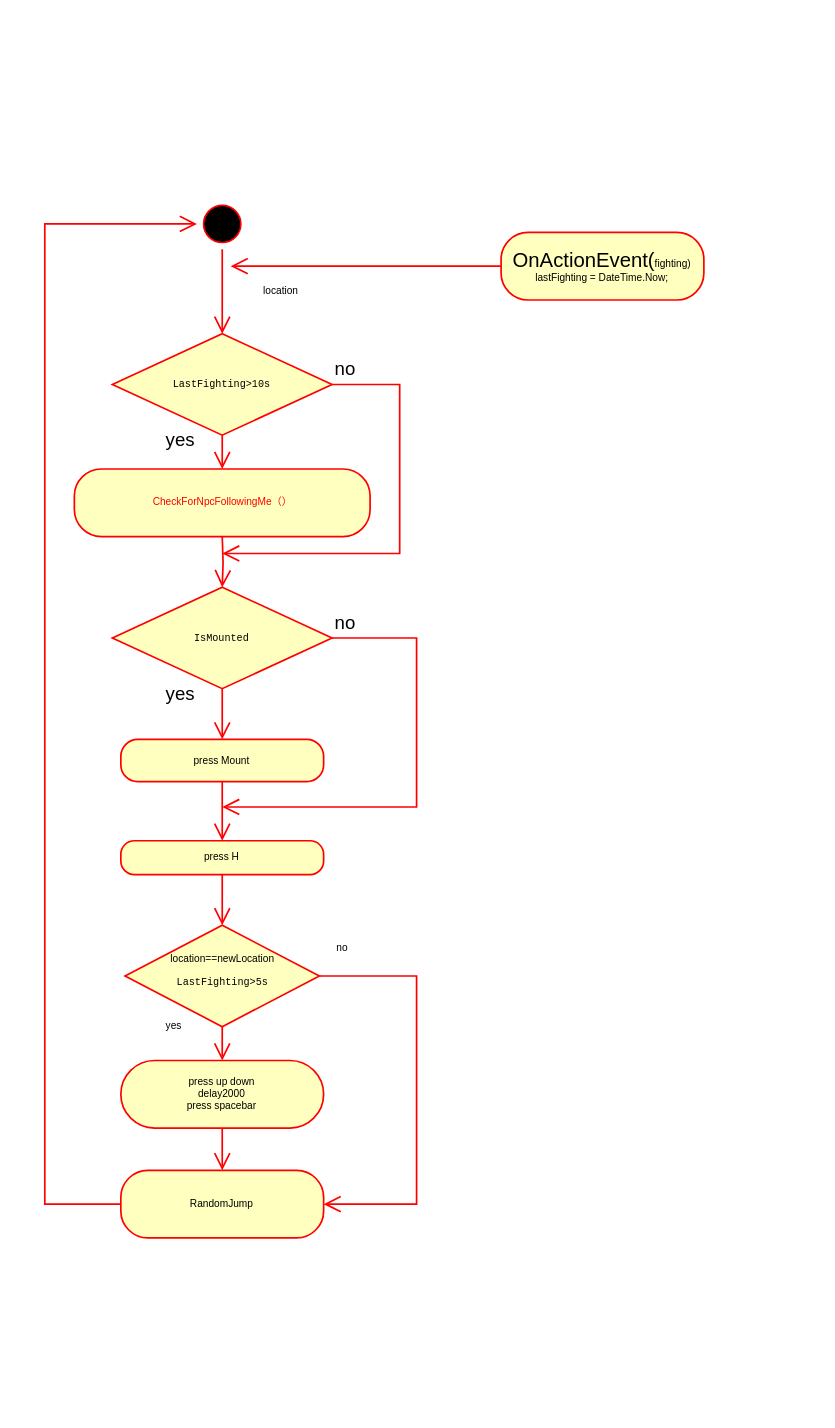
Before: ApproachTargetAction.drawio in YannieCheung/botgrams, a draw.io diagram. Source tidied: cells renumbered, new cells numbered last; positions are measured from the earlier drawing's top-left corner, leaving out a move shared by most shapes. Both pictures are drawn from the tidied source at 169%, with x=0, y=0 at pixel (44, 198).
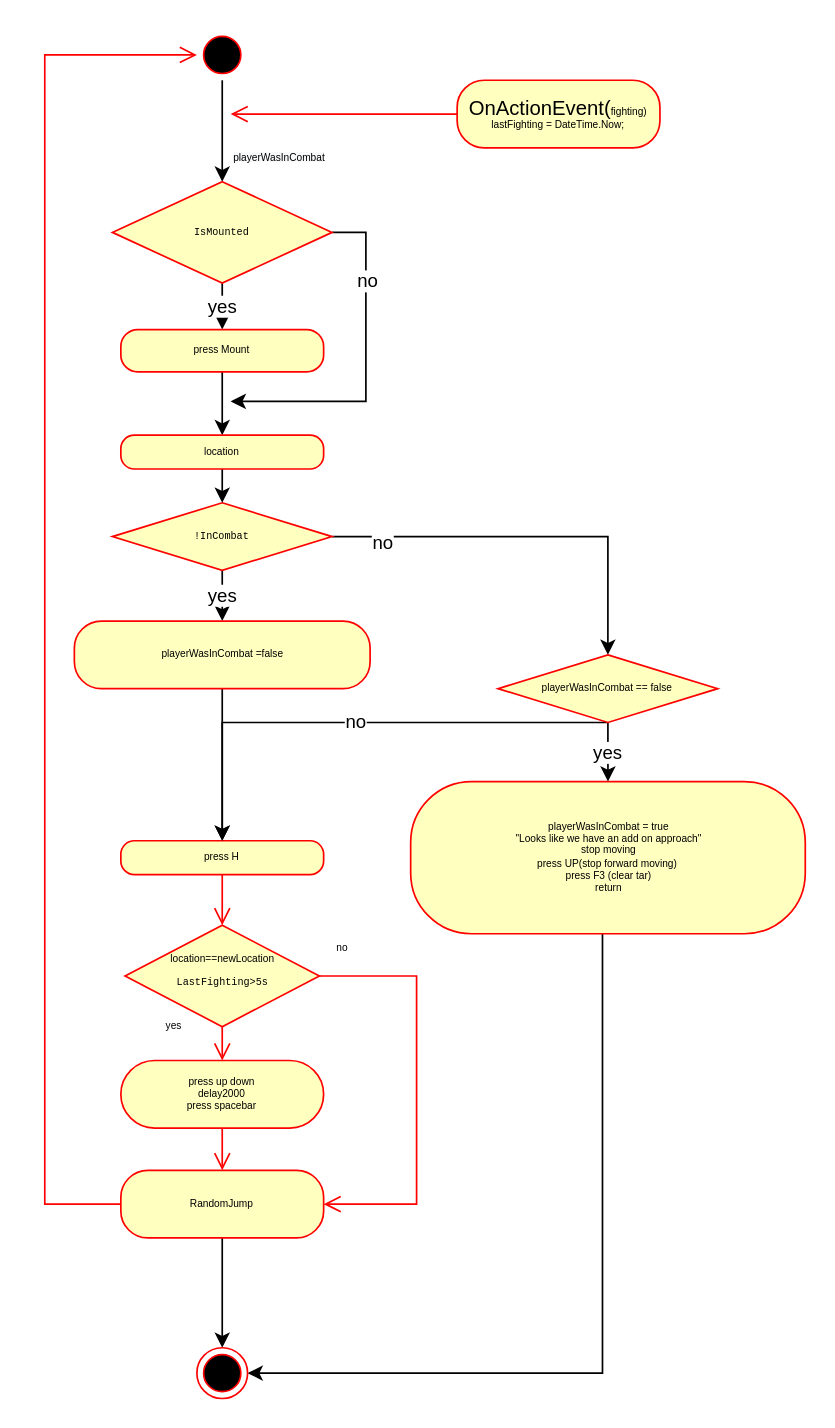
The same page after the edit.

The change refers to these unchanged cells:
```xml
<mxCell id="8" value="press H" style="rounded=1;whiteSpace=wrap;html=1;arcSize=40;fontColor=#000000;fillColor=#ffffc0;strokeColor=#ff0000;fontFamily=Helvetica;fontSize=6;" parent="1" vertex="1">
  <mxGeometry x="45" y="380" width="120" height="20" as="geometry" />
</mxCell>
<mxCell id="24" value="RandomJump" style="rounded=1;whiteSpace=wrap;html=1;arcSize=40;fontColor=#000000;fillColor=#ffffc0;strokeColor=#ff0000;fontFamily=Helvetica;fontSize=6;" parent="1" vertex="1">
  <mxGeometry x="45" y="575" width="120" height="40" as="geometry" />
</mxCell>
```

Diff of the diagram source:
```diff
@@
+    <mxCell id="27" style="edgeStyle=orthogonalEdgeStyle;rounded=0;jettySize=auto;html=1;fontColor=#000000;" parent="1" edge="1" source="2" target="19">
+      <mxGeometry relative="1" as="geometry" />
+    </mxCell>
     <mxCell id="2" style="ellipse;html=1;shape=startState;fillColor=#000000;strokeColor=#ff0000;" parent="1" vertex="1">
-      <mxGeometry x="90" width="30" height="30" as="geometry" />
+      <mxGeometry x="90" y="-100" width="30" height="30" as="geometry" />
     </mxCell>
-    <mxCell id="3" style="edgeStyle=orthogonalEdgeStyle;html=1;verticalAlign=bottom;endArrow=open;endSize=8;strokeColor=#ff0000;rounded=0;" parent="1" edge="1" source="2" target="4">
-      <mxGeometry relative="1" as="geometry" />
-    </mxCell>
+    <mxCell id="28" value="yes" style="edgeStyle=orthogonalEdgeStyle;rounded=0;jettySize=auto;html=1;exitX=0.5;exitY=1;exitDx=0;exitDy=0;entryX=0.5;entryY=0;entryDx=0;entryDy=0;fontColor=#000000;" parent="1" edge="1" source="4" target="37">
+      <mxGeometry relative="1" as="geometry" />
+    </mxCell>
+    <mxCell id="29" style="edgeStyle=orthogonalEdgeStyle;rounded=0;jettySize=auto;html=1;exitX=1;exitY=0.5;exitDx=0;exitDy=0;fontColor=#000000;entryX=0.5;entryY=0;entryDx=0;entryDy=0;" parent="1" edge="1" source="4" target="43">
+      <mxGeometry relative="1" as="geometry" />
+    </mxCell>
+    <mxCell id="30" value="no" style="edgeLabel;html=1;align=center;verticalAlign=middle;fontColor=#000000;" parent="29" vertex="1">
+      <mxGeometry x="-0.75" y="-3" relative="1" as="geometry" />
+    </mxCell>
-    <mxCell id="4" value="&lt;pre style=&quot;font-size: 6px;&quot;&gt;&lt;font style=&quot;font-size: 6px;&quot;&gt;LastFighting&amp;gt;10s&lt;/font&gt;&lt;/pre&gt;" style="rhombus;whiteSpace=wrap;html=1;fillColor=#ffffc0;strokeColor=#ff0000;fontSize=6;fontFamily=Helvetica;fontStyle=0;" parent="1" vertex="1">
-      <mxGeometry x="40" y="80" width="130" height="60" as="geometry" />
+    <mxCell id="4" value="&lt;pre style=&quot;font-size: 6px;&quot;&gt;&lt;font style=&quot;font-size: 6px;&quot;&gt;!InCombat&lt;/font&gt;&lt;/pre&gt;" style="rhombus;whiteSpace=wrap;html=1;fillColor=#ffffc0;strokeColor=#ff0000;fontSize=6;fontFamily=Helvetica;fontStyle=0;" parent="1" vertex="1">
+      <mxGeometry x="40" y="180" width="130" height="40" as="geometry" />
     </mxCell>
-    <mxCell id="5" value="no" style="edgeStyle=orthogonalEdgeStyle;html=1;align=left;verticalAlign=bottom;endArrow=open;endSize=8;strokeColor=#ff0000;rounded=0;" parent="1" edge="1" source="4">
-      <mxGeometry x="-1" relative="1" as="geometry">
-        <mxPoint x="105" y="210" as="targetPoint" />
-        <Array as="points">
-          <mxPoint x="210" y="110" />
-          <mxPoint x="210" y="210" />
-        </Array>
-      </mxGeometry>
-    </mxCell>
-    <mxCell id="6" value="yes" style="edgeStyle=orthogonalEdgeStyle;html=1;align=left;verticalAlign=top;endArrow=open;endSize=8;strokeColor=#ff0000;rounded=0;startArrow=none;exitX=0.5;exitY=1;exitDx=0;exitDy=0;entryX=0.5;entryY=0;entryDx=0;entryDy=0;" parent="1" edge="1" source="4" target="16">
-      <mxGeometry x="-1" y="-36" relative="1" as="geometry">
-        <mxPoint x="1" y="-10" as="offset" />
-      </mxGeometry>
-    </mxCell>
@@
-    <mxCell id="10" value="location" style="text;html=1;strokeColor=none;fillColor=none;align=center;verticalAlign=middle;whiteSpace=wrap;rounded=0;fontFamily=Helvetica;fontSize=6;" parent="1" vertex="1">
-      <mxGeometry x="110" y="40" width="60" height="30" as="geometry" />
-    </mxCell>
@@
     <mxCell id="15" style="edgeStyle=orthogonalEdgeStyle;html=1;verticalAlign=bottom;endArrow=open;endSize=8;strokeColor=#ff0000;rounded=0;fontFamily=Helvetica;fontSize=6;entryX=0;entryY=0.5;entryDx=0;entryDy=0;exitX=0;exitY=0.5;exitDx=0;exitDy=0;" parent="1" edge="1" source="24" target="2">
       <mxGeometry relative="1" as="geometry">
         <Array as="points">
           <mxPoint y="595" />
-          <mxPoint y="15" />
+          <mxPoint y="-85" />
         </Array>
       </mxGeometry>
     </mxCell>
+    <mxCell id="31" style="edgeStyle=orthogonalEdgeStyle;rounded=0;jettySize=auto;html=1;entryX=1;entryY=0.5;entryDx=0;entryDy=0;fontColor=#000000;" parent="1" edge="1" source="16" target="40">
+      <mxGeometry relative="1" as="geometry">
+        <Array as="points">
+          <mxPoint x="330" y="695" />
+        </Array>
+      </mxGeometry>
+    </mxCell>
-    <mxCell id="16" value="&lt;font color=&quot;#ff0000&quot;&gt;CheckForNpcFollowingMe（）&lt;/font&gt;" style="rounded=1;whiteSpace=wrap;html=1;arcSize=40;fontColor=#000000;fillColor=#ffffc0;strokeColor=#ff0000;fontFamily=Helvetica;fontSize=6;" parent="1" vertex="1">
-      <mxGeometry x="17.5" y="160" width="175" height="40" as="geometry" />
+    <mxCell id="16" value="playerWasInCombat = true&lt;br&gt;&quot;Looks like we have an add on approach&quot;&lt;br&gt;stop moving&lt;br&gt;press UP(stop forward moving)&amp;nbsp;&lt;br&gt;press F3 (clear tar)&lt;br&gt;return" style="rounded=1;whiteSpace=wrap;html=1;arcSize=40;fontColor=#000000;fillColor=#ffffc0;strokeColor=#ff0000;fontFamily=Helvetica;fontSize=6;" parent="1" vertex="1">
+      <mxGeometry x="216.5" y="345" width="233.5" height="90" as="geometry" />
     </mxCell>
     <mxCell id="17" value="&lt;span style=&quot;font-size: 12px; text-align: left; background-color: initial;&quot;&gt;OnActionEvent(&lt;/span&gt;&lt;span style=&quot;text-align: left; background-color: initial;&quot;&gt;fighting)&lt;br&gt;&lt;span style=&quot;font-size: 6px;&quot;&gt;lastFighting = DateTime.Now;&lt;/span&gt;&lt;br&gt;&lt;/span&gt;" style="rounded=1;whiteSpace=wrap;html=1;arcSize=40;fontColor=#000000;fillColor=#ffffc0;strokeColor=#ff0000;fontFamily=Helvetica;fontSize=6;" parent="1" vertex="1">
-      <mxGeometry x="270" y="20" width="120" height="40" as="geometry" />
+      <mxGeometry x="244" y="-70" width="120" height="40" as="geometry" />
     </mxCell>
-    <mxCell id="18" style="edgeStyle=orthogonalEdgeStyle;html=1;verticalAlign=bottom;endArrow=open;endSize=8;strokeColor=#ff0000;rounded=0;fontFamily=Helvetica;fontSize=6;exitX=0;exitY=0.5;exitDx=0;exitDy=0;entryX=0;entryY=0;entryDx=0;entryDy=0;" parent="1" edge="1" source="17" target="10">
+    <mxCell id="18" style="edgeStyle=orthogonalEdgeStyle;html=1;verticalAlign=bottom;endArrow=open;endSize=8;strokeColor=#ff0000;rounded=0;fontFamily=Helvetica;fontSize=6;exitX=0;exitY=0.5;exitDx=0;exitDy=0;" parent="1" edge="1" source="17">
       <mxGeometry relative="1" as="geometry">
-        <Array as="points">
-          <mxPoint x="160" y="40" />
-          <mxPoint x="160" y="40" />
-        </Array>
+        <mxPoint x="110" y="-50" as="targetPoint" />
       </mxGeometry>
     </mxCell>
+    <mxCell id="22" value="yes" style="edgeStyle=orthogonalEdgeStyle;rounded=0;jettySize=auto;html=1;entryX=0.5;entryY=0;entryDx=0;entryDy=0;fontColor=#000000;" parent="1" edge="1" source="19" target="21">
+      <mxGeometry relative="1" as="geometry" />
+    </mxCell>
+    <mxCell id="32" style="edgeStyle=orthogonalEdgeStyle;rounded=0;jettySize=auto;html=1;fontColor=#000000;" parent="1" edge="1" source="19">
+      <mxGeometry relative="1" as="geometry">
+        <mxPoint x="110" y="120" as="targetPoint" />
+        <Array as="points">
+          <mxPoint x="190" y="20" />
+          <mxPoint x="190" y="120" />
+          <mxPoint x="110" y="120" />
+        </Array>
+      </mxGeometry>
+    </mxCell>
+    <mxCell id="33" value="no" style="edgeLabel;html=1;align=center;verticalAlign=middle;fontColor=#000000;" parent="32" vertex="1">
+      <mxGeometry x="-0.52" relative="1" as="geometry" />
+    </mxCell>
     <mxCell id="19" value="&lt;pre style=&quot;font-size: 6px;&quot;&gt;&lt;font style=&quot;font-size: 6px;&quot;&gt;IsMounted&lt;/font&gt;&lt;/pre&gt;" style="rhombus;whiteSpace=wrap;html=1;fillColor=#ffffc0;strokeColor=#ff0000;fontSize=6;fontFamily=Helvetica;fontStyle=0;" parent="1" vertex="1">
-      <mxGeometry x="40" y="230" width="130" height="60" as="geometry" />
+      <mxGeometry x="40" y="-10" width="130" height="60" as="geometry" />
     </mxCell>
-    <mxCell id="20" style="edgeStyle=orthogonalEdgeStyle;html=1;verticalAlign=bottom;endArrow=open;endSize=8;strokeColor=#ff0000;rounded=0;entryX=0.5;entryY=0;entryDx=0;entryDy=0;" parent="1" edge="1" target="19">
-      <mxGeometry relative="1" as="geometry">
-        <mxPoint x="105" y="200" as="sourcePoint" />
-      </mxGeometry>
-    </mxCell>
+    <mxCell id="34" style="edgeStyle=orthogonalEdgeStyle;rounded=0;jettySize=auto;html=1;exitX=0.5;exitY=1;exitDx=0;exitDy=0;entryX=0.5;entryY=0;entryDx=0;entryDy=0;fontColor=#000000;" parent="1" edge="1" source="21" target="10">
+      <mxGeometry relative="1" as="geometry" />
+    </mxCell>
     <mxCell id="21" value="press Mount" style="rounded=1;whiteSpace=wrap;html=1;arcSize=40;fontColor=#000000;fillColor=#ffffc0;strokeColor=#ff0000;fontFamily=Helvetica;fontSize=6;" parent="1" vertex="1">
-      <mxGeometry x="45" y="320" width="120" height="25" as="geometry" />
+      <mxGeometry x="45" y="77.5" width="120" height="25" as="geometry" />
     </mxCell>
-    <mxCell id="22" value="yes" style="edgeStyle=orthogonalEdgeStyle;html=1;align=left;verticalAlign=top;endArrow=open;endSize=8;strokeColor=#ff0000;rounded=0;startArrow=none;exitX=0.5;exitY=1;exitDx=0;exitDy=0;entryX=0.5;entryY=0;entryDx=0;entryDy=0;" parent="1" edge="1" source="19" target="21">
-      <mxGeometry x="-1" y="-36" relative="1" as="geometry">
-        <mxPoint x="1" y="-10" as="offset" />
-      </mxGeometry>
-    </mxCell>
-    <mxCell id="23" value="no" style="edgeStyle=orthogonalEdgeStyle;html=1;align=left;verticalAlign=bottom;endArrow=open;endSize=8;strokeColor=#ff0000;rounded=0;exitX=1;exitY=0.5;exitDx=0;exitDy=0;" parent="1" edge="1" source="19">
-      <mxGeometry x="-1" relative="1" as="geometry">
-        <mxPoint x="105" y="360" as="targetPoint" />
-        <Array as="points">
-          <mxPoint x="220" y="260" />
-          <mxPoint x="220" y="360" />
-        </Array>
-      </mxGeometry>
-    </mxCell>
+    <mxCell id="35" style="edgeStyle=orthogonalEdgeStyle;rounded=0;jettySize=auto;html=1;exitX=0.5;exitY=1;exitDx=0;exitDy=0;entryX=0.5;entryY=0;entryDx=0;entryDy=0;fontColor=#000000;" parent="1" edge="1" source="24" target="40">
+      <mxGeometry relative="1" as="geometry" />
+    </mxCell>
@@
-    <mxCell id="25" style="edgeStyle=orthogonalEdgeStyle;html=1;verticalAlign=bottom;endArrow=open;endSize=8;strokeColor=#ff0000;rounded=0;entryX=0.5;entryY=0;entryDx=0;entryDy=0;exitX=0.5;exitY=1;exitDx=0;exitDy=0;" parent="1" edge="1" source="21" target="8">
-      <mxGeometry relative="1" as="geometry" />
-    </mxCell>
@@
+    <mxCell id="36" style="edgeStyle=orthogonalEdgeStyle;rounded=0;jettySize=auto;html=1;entryX=0.5;entryY=0;entryDx=0;entryDy=0;fontColor=#000000;" parent="1" edge="1" source="37" target="8">
+      <mxGeometry relative="1" as="geometry" />
+    </mxCell>
+    <mxCell id="37" value="playerWasInCombat =false" style="rounded=1;whiteSpace=wrap;html=1;arcSize=40;fontColor=#000000;fillColor=#ffffc0;strokeColor=#ff0000;fontFamily=Helvetica;fontSize=6;" parent="1" vertex="1">
+      <mxGeometry x="17.5" y="250" width="175" height="40" as="geometry" />
+    </mxCell>
+    <mxCell id="38" style="edgeStyle=orthogonalEdgeStyle;rounded=0;jettySize=auto;html=1;exitX=0.5;exitY=1;exitDx=0;exitDy=0;entryX=0.5;entryY=0;entryDx=0;entryDy=0;fontColor=#000000;" parent="1" edge="1" source="10" target="4">
+      <mxGeometry relative="1" as="geometry" />
+    </mxCell>
+    <mxCell id="10" value="location" style="rounded=1;whiteSpace=wrap;html=1;arcSize=40;fontColor=#000000;fillColor=#ffffc0;strokeColor=#ff0000;fontFamily=Helvetica;fontSize=6;" parent="1" vertex="1">
+      <mxGeometry x="45" y="140" width="120" height="20" as="geometry" />
+    </mxCell>
+    <mxCell id="39" value="&lt;span style=&quot;color: rgb(0, 0, 0); font-family: Helvetica; font-size: 6px; font-style: normal; font-variant-ligatures: normal; font-variant-caps: normal; font-weight: 400; letter-spacing: normal; orphans: 2; text-align: center; text-indent: 0px; text-transform: none; widows: 2; word-spacing: 0px; -webkit-text-stroke-width: 0px; background-color: rgb(248, 249, 250); text-decoration-thickness: initial; text-decoration-style: initial; text-decoration-color: initial; float: none; display: inline !important;&quot;&gt;playerWasInCombat&lt;/span&gt;" style="text;whiteSpace=wrap;html=1;fontColor=#000000;" parent="1" vertex="1">
+      <mxGeometry x="110" y="-40" width="140" height="40" as="geometry" />
+    </mxCell>
+    <mxCell id="40" style="ellipse;html=1;shape=endState;fillColor=#000000;strokeColor=#ff0000;rounded=1;fontColor=#000000;" parent="1" vertex="1">
+      <mxGeometry x="90" y="680" width="30" height="30" as="geometry" />
+    </mxCell>
+    <mxCell id="41" value="yes" style="edgeStyle=orthogonalEdgeStyle;rounded=0;jettySize=auto;html=1;exitX=0.5;exitY=1;exitDx=0;exitDy=0;entryX=0.5;entryY=0;entryDx=0;entryDy=0;fontColor=#000000;" parent="1" edge="1" source="43" target="16">
+      <mxGeometry relative="1" as="geometry" />
+    </mxCell>
+    <mxCell id="42" value="no" style="edgeStyle=orthogonalEdgeStyle;rounded=0;jettySize=auto;html=1;exitX=0.5;exitY=1;exitDx=0;exitDy=0;entryX=0.5;entryY=0;entryDx=0;entryDy=0;fontColor=#000000;" parent="1" edge="1" source="43" target="8">
+      <mxGeometry relative="1" as="geometry">
+        <Array as="points">
+          <mxPoint x="105" y="310" />
+        </Array>
+      </mxGeometry>
+    </mxCell>
+    <mxCell id="43" value="&lt;pre style=&quot;font-size: 6px;&quot;&gt;&lt;span style=&quot;font-family: Helvetica;&quot;&gt;playerWasInCombat == false&lt;/span&gt;&lt;br&gt;&lt;/pre&gt;" style="rhombus;whiteSpace=wrap;html=1;fillColor=#ffffc0;strokeColor=#ff0000;fontSize=6;fontFamily=Helvetica;fontStyle=0;" parent="1" vertex="1">
+      <mxGeometry x="268.2" y="270" width="130" height="40" as="geometry" />
+    </mxCell>
```
